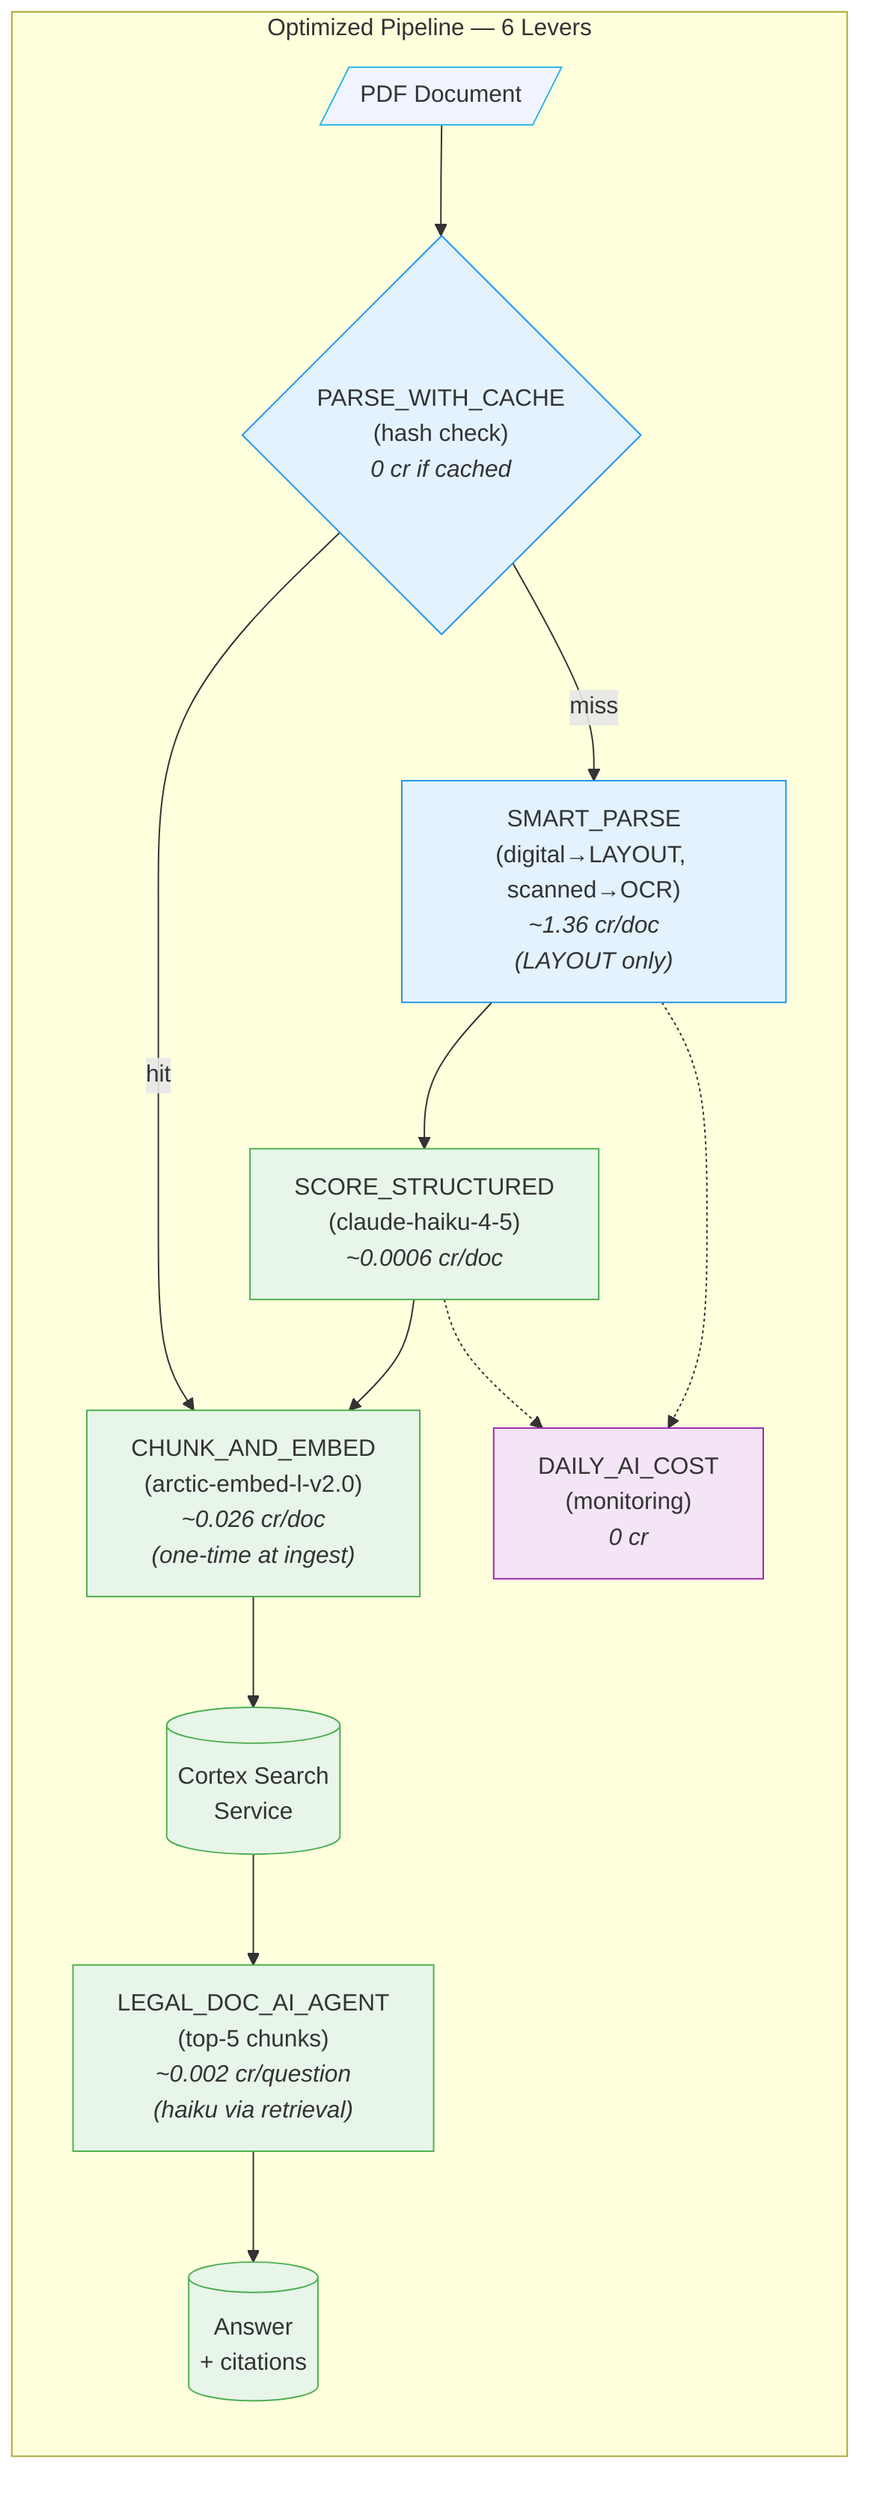
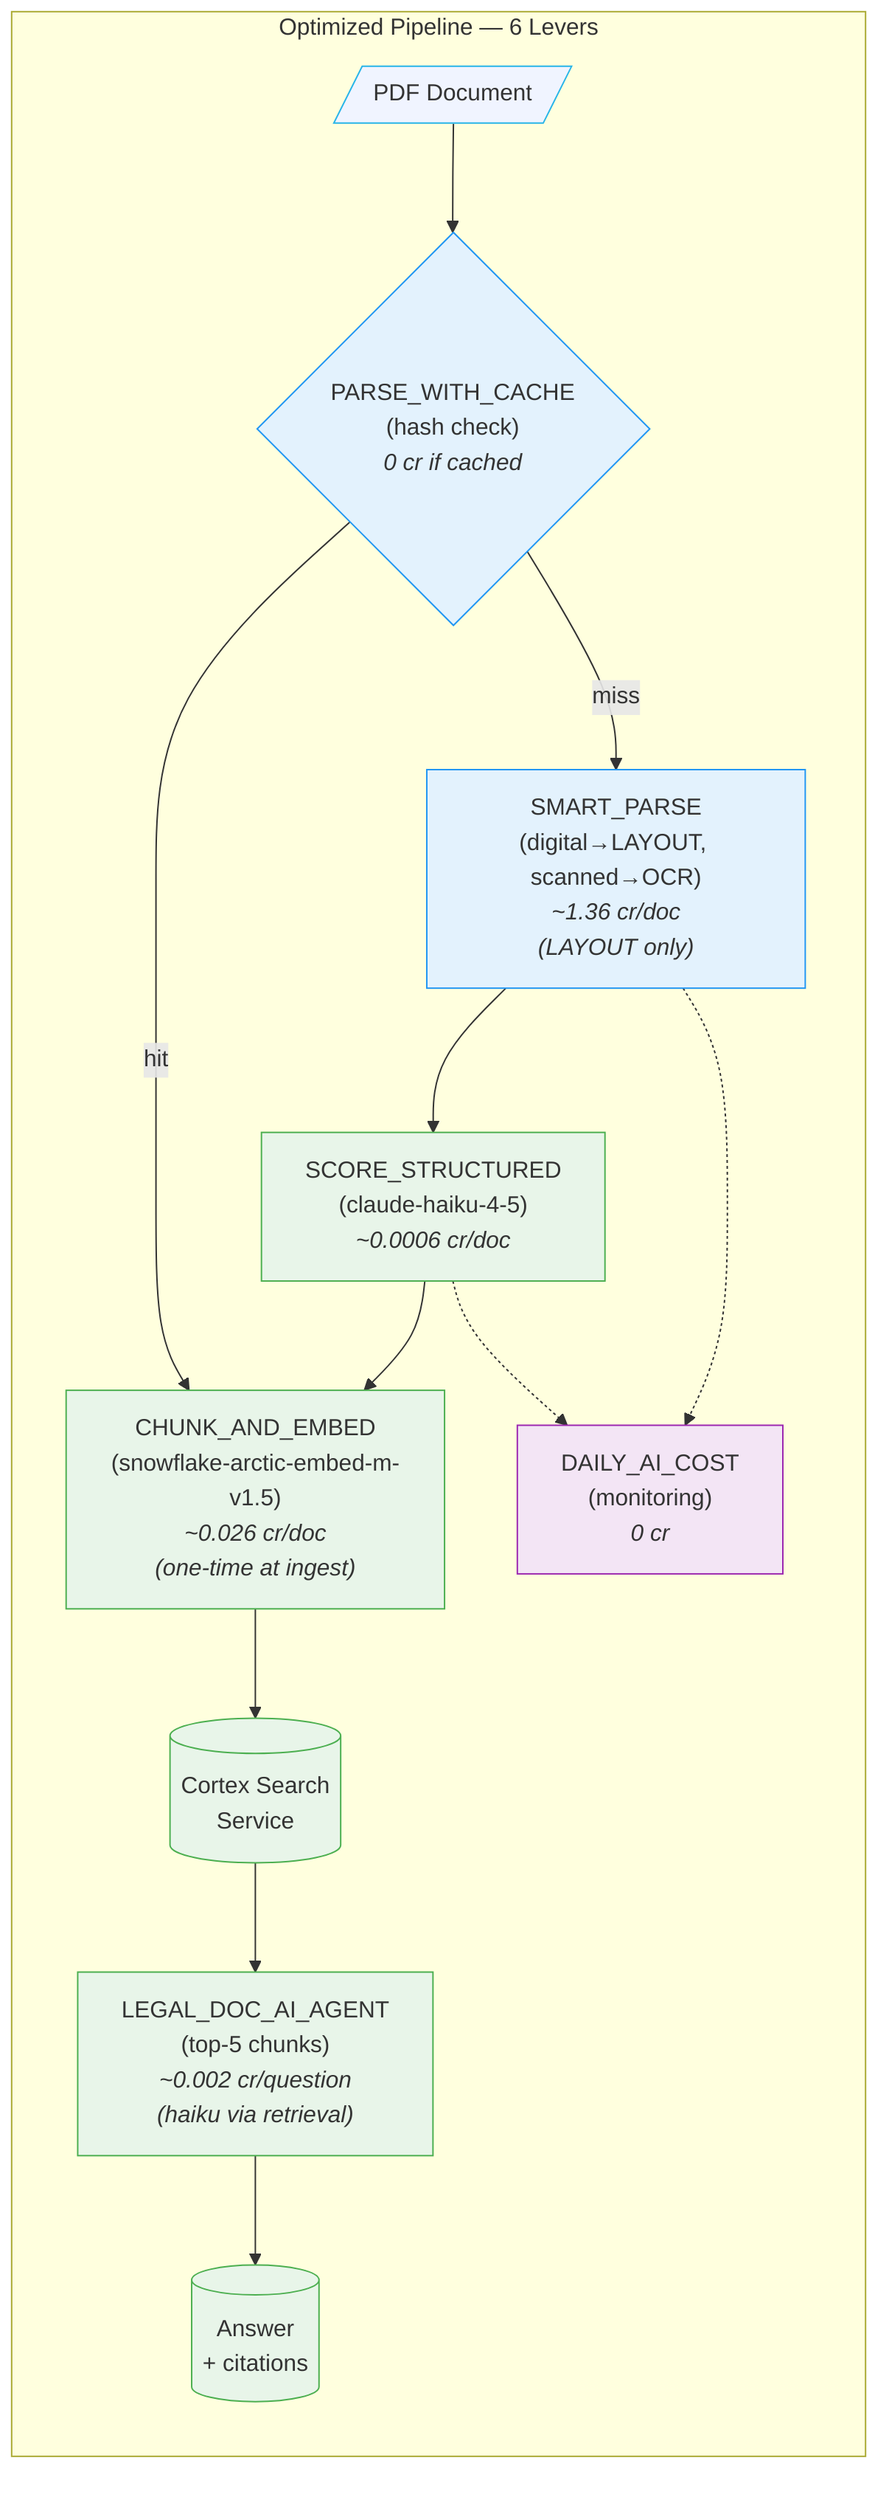
%% Optimized Pipeline (6 Levers Applied)
%% PDF → SMART_PARSE (route) → PARSE_WITH_CACHE → haiku scorer (structured) → AI_EMBED → Cortex Search → Agent
%% Credit values measured on 9-doc federal-regulatory corpus
%% Source: ACCOUNT_USAGE.CORTEX_AI_FUNCTIONS_USAGE_HISTORY, last 7d

graph LR
    subgraph "Optimized Pipeline — 6 Levers"
        PDF2[/"PDF Document"/]
        CACHE{"PARSE_WITH_CACHE<br/>(hash check)<br/><i>0 cr if cached</i>"}
        ROUTE["SMART_PARSE<br/>(digital→LAYOUT, scanned→OCR)<br/><i>~1.36 cr/doc<br/>(LAYOUT only)</i>"]
        HAIKU["SCORE_STRUCTURED<br/>(claude-haiku-4-5)<br/><i>~0.0006 cr/doc</i>"]
-         EMBED["CHUNK_AND_EMBED<br/>(arctic-embed-l-v2.0)<br/><i>~0.026 cr/doc<br/>(one-time at ingest)</i>"]
+         EMBED["CHUNK_AND_EMBED<br/>(snowflake-arctic-embed-m-v1.5)<br/><i>~0.026 cr/doc<br/>(one-time at ingest)</i>"]
        SEARCH[("Cortex Search<br/>Service")]
        AGENT["LEGAL_DOC_AI_AGENT<br/>(top-5 chunks)<br/><i>~0.002 cr/question<br/>(haiku via retrieval)</i>"]
        ANSWER2[("Answer<br/>+ citations")]
        TELEMETRY["DAILY_AI_COST<br/>(monitoring)<br/><i>0 cr</i>"]

        PDF2 --> CACHE
        CACHE -->|miss| ROUTE
        CACHE -->|hit| EMBED
        ROUTE --> HAIKU
        HAIKU --> EMBED
        EMBED --> SEARCH
        SEARCH --> AGENT
        AGENT --> ANSWER2
        HAIKU -.-> TELEMETRY
        ROUTE -.-> TELEMETRY
    end

    style PDF2 fill:#f0f4ff,stroke:#29b5e8
    style CACHE fill:#e3f2fd,stroke:#2196f3
    style ROUTE fill:#e3f2fd,stroke:#2196f3
    style HAIKU fill:#e8f5e9,stroke:#4caf50
    style EMBED fill:#e8f5e9,stroke:#4caf50
    style SEARCH fill:#e8f5e9,stroke:#4caf50
    style AGENT fill:#e8f5e9,stroke:#4caf50
    style ANSWER2 fill:#e8f5e9,stroke:#4caf50
    style TELEMETRY fill:#f3e5f5,stroke:#9c27b0
